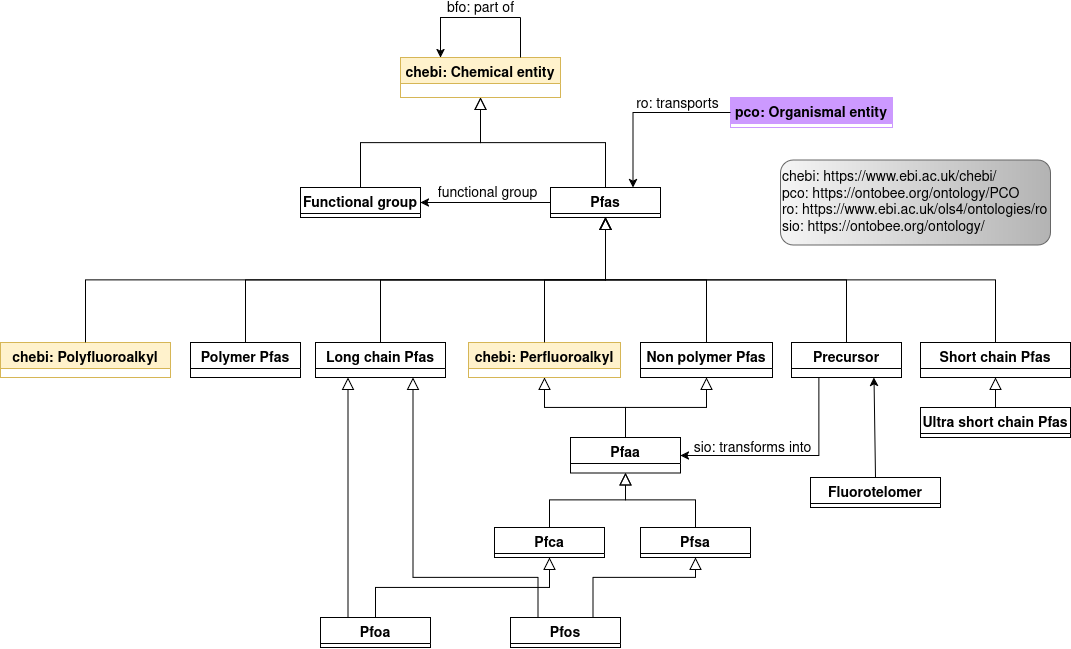
Before: ontology/schemas/schema_pfas.png, a diagram exported from draw.io (davide1797/OntoPFAS). Source tidied: cells renumbered, new cells last; positions are measured from the earlier drawing's top-left corner, leaving out a move shared by most shapes. Its diagram source:
```xml
<mxGraphModel>
  <root>
    <mxCell id="0" />
    <mxCell id="1" parent="0" />
    <mxCell id="2" value="chebi: Chemical entity" style="swimlane;fontStyle=1;align=center;verticalAlign=top;horizontal=1;startSize=26;rounded=0;shadow=0;strokeWidth=1;fontSize=14;fillColor=#fff2cc;strokeColor=#d6b656;" parent="1" vertex="1">
      <mxGeometry x="400" y="40" width="160" height="40" as="geometry" />
    </mxCell>
    <mxCell id="3" value="Functional group" style="swimlane;fontStyle=1;align=center;verticalAlign=top;horizontal=1;startSize=26;rounded=0;shadow=0;strokeWidth=1;fontSize=14;" parent="1" vertex="1">
      <mxGeometry x="300" y="170" width="120" height="30" as="geometry" />
    </mxCell>
    <mxCell id="4" style="endArrow=block;endSize=10;endFill=0;shadow=0;strokeWidth=1;rounded=0;curved=0;edgeStyle=elbowEdgeStyle;elbow=vertical;" parent="1" edge="1" source="3" target="2">
      <mxGeometry relative="1" as="geometry" />
    </mxCell>
    <mxCell id="5" value="Pfas" style="swimlane;fontStyle=1;align=center;verticalAlign=top;horizontal=1;startSize=26;rounded=0;shadow=0;strokeWidth=1;fontSize=14;" parent="1" vertex="1">
      <mxGeometry x="550" y="170" width="110" height="30" as="geometry" />
    </mxCell>
    <mxCell id="6" style="endArrow=block;endSize=10;endFill=0;shadow=0;strokeWidth=1;rounded=0;curved=0;edgeStyle=elbowEdgeStyle;elbow=vertical;exitX=0.5;exitY=0;exitDx=0;exitDy=0;entryX=0.5;entryY=1;entryDx=0;entryDy=0;" parent="1" edge="1" source="5" target="2">
      <mxGeometry relative="1" as="geometry" />
    </mxCell>
    <mxCell id="7" value="Short chain Pfas" style="swimlane;fontStyle=1;align=center;verticalAlign=top;horizontal=1;startSize=26;rounded=0;shadow=0;strokeWidth=1;fontSize=14;" parent="1" vertex="1">
      <mxGeometry x="920" y="325" width="150" height="35" as="geometry" />
    </mxCell>
    <mxCell id="8" value="Precursor" style="swimlane;fontStyle=1;align=center;verticalAlign=top;horizontal=1;startSize=26;rounded=0;shadow=0;strokeWidth=1;fontSize=14;" parent="1" vertex="1">
      <mxGeometry x="791" y="325" width="110" height="35" as="geometry" />
    </mxCell>
    <mxCell id="9" value="Non polymer Pfas" style="swimlane;fontStyle=1;align=center;verticalAlign=top;horizontal=1;startSize=26;rounded=0;shadow=0;strokeWidth=1;fontSize=14;" parent="1" vertex="1">
      <mxGeometry x="640" y="325" width="132" height="35" as="geometry" />
    </mxCell>
    <mxCell id="10" value="chebi: Polyfluoroalkyl" style="swimlane;fontStyle=1;align=center;verticalAlign=top;horizontal=1;startSize=26;rounded=0;shadow=0;strokeWidth=1;fontSize=14;fillColor=#fff2cc;strokeColor=#d6b656;" parent="1" vertex="1">
      <mxGeometry y="325" width="170" height="35" as="geometry" />
    </mxCell>
    <mxCell id="11" value="Long chain Pfas" style="swimlane;fontStyle=1;align=center;verticalAlign=top;horizontal=1;startSize=26;rounded=0;shadow=0;strokeWidth=1;fontSize=14;" parent="1" vertex="1">
      <mxGeometry x="315" y="325" width="130" height="35" as="geometry" />
    </mxCell>
    <mxCell id="12" value="chebi: Perfluoroalkyl" style="swimlane;fontStyle=1;align=center;verticalAlign=top;horizontal=1;startSize=26;rounded=0;shadow=0;strokeWidth=1;fontSize=14;fillColor=#fff2cc;strokeColor=#d6b656;" parent="1" vertex="1">
      <mxGeometry x="468" y="325" width="152" height="35" as="geometry" />
    </mxCell>
    <mxCell id="13" value="Polymer Pfas" style="swimlane;fontStyle=1;align=center;verticalAlign=top;horizontal=1;startSize=26;rounded=0;shadow=0;strokeWidth=1;fontSize=14;" parent="1" vertex="1">
      <mxGeometry x="190" y="325" width="110" height="35" as="geometry" />
    </mxCell>
    <mxCell id="14" style="endArrow=block;endSize=10;endFill=0;shadow=0;strokeWidth=1;rounded=0;curved=0;edgeStyle=elbowEdgeStyle;elbow=vertical;entryX=0.5;entryY=1;entryDx=0;entryDy=0;exitX=0.5;exitY=0;exitDx=0;exitDy=0;" parent="1" edge="1" source="12" target="5">
      <mxGeometry relative="1" as="geometry" />
    </mxCell>
    <mxCell id="15" style="endArrow=block;endSize=10;endFill=0;shadow=0;strokeWidth=1;rounded=0;curved=0;edgeStyle=elbowEdgeStyle;elbow=vertical;exitX=0.5;exitY=0;exitDx=0;exitDy=0;entryX=0.5;entryY=1;entryDx=0;entryDy=0;" parent="1" edge="1" source="9" target="5">
      <mxGeometry relative="1" as="geometry" />
    </mxCell>
    <mxCell id="16" style="endArrow=block;endSize=10;endFill=0;shadow=0;strokeWidth=1;rounded=0;curved=0;edgeStyle=elbowEdgeStyle;elbow=vertical;exitX=0.5;exitY=0;exitDx=0;exitDy=0;entryX=0.5;entryY=1;entryDx=0;entryDy=0;" parent="1" edge="1" source="8" target="5">
      <mxGeometry relative="1" as="geometry" />
    </mxCell>
    <mxCell id="17" style="endArrow=block;endSize=10;endFill=0;shadow=0;strokeWidth=1;rounded=0;curved=0;edgeStyle=elbowEdgeStyle;elbow=vertical;exitX=0.5;exitY=0;exitDx=0;exitDy=0;entryX=0.5;entryY=1;entryDx=0;entryDy=0;" parent="1" edge="1" source="7" target="5">
      <mxGeometry relative="1" as="geometry" />
    </mxCell>
    <mxCell id="18" style="endArrow=block;endSize=10;endFill=0;shadow=0;strokeWidth=1;rounded=0;curved=0;edgeStyle=elbowEdgeStyle;elbow=vertical;entryX=0.5;entryY=1;entryDx=0;entryDy=0;exitX=0.5;exitY=0;exitDx=0;exitDy=0;" parent="1" edge="1" source="13" target="5">
      <mxGeometry relative="1" as="geometry" />
    </mxCell>
    <mxCell id="19" style="endArrow=block;endSize=10;endFill=0;shadow=0;strokeWidth=1;rounded=0;curved=0;edgeStyle=elbowEdgeStyle;elbow=vertical;entryX=0.5;entryY=1;entryDx=0;entryDy=0;exitX=0.5;exitY=0;exitDx=0;exitDy=0;" parent="1" edge="1" source="11" target="5">
      <mxGeometry relative="1" as="geometry" />
    </mxCell>
    <mxCell id="20" style="endArrow=block;endSize=10;endFill=0;shadow=0;strokeWidth=1;rounded=0;curved=0;edgeStyle=elbowEdgeStyle;elbow=vertical;exitX=0.5;exitY=0;exitDx=0;exitDy=0;entryX=0.5;entryY=1;entryDx=0;entryDy=0;" parent="1" edge="1" source="10" target="5">
      <mxGeometry relative="1" as="geometry" />
    </mxCell>
    <mxCell id="21" value="Pfaa" style="swimlane;fontStyle=1;align=center;verticalAlign=top;horizontal=1;startSize=26;rounded=0;shadow=0;strokeWidth=1;fontSize=14;" parent="1" vertex="1">
      <mxGeometry x="570" y="420" width="110" height="35.5" as="geometry" />
    </mxCell>
    <mxCell id="22" value="Pfca" style="swimlane;fontStyle=1;align=center;verticalAlign=top;horizontal=1;startSize=26;rounded=0;shadow=0;strokeWidth=1;fontSize=14;" parent="1" vertex="1">
      <mxGeometry x="494" y="510" width="110" height="30" as="geometry" />
    </mxCell>
    <mxCell id="23" value="Pfsa" style="swimlane;fontStyle=1;align=center;verticalAlign=top;horizontal=1;startSize=26;rounded=0;shadow=0;strokeWidth=1;fontSize=14;" parent="1" vertex="1">
      <mxGeometry x="640" y="510" width="110" height="30" as="geometry" />
    </mxCell>
    <mxCell id="24" value="Pfoa" style="swimlane;fontStyle=1;align=center;verticalAlign=top;horizontal=1;startSize=26;rounded=0;shadow=0;strokeWidth=1;fontSize=14;" parent="1" vertex="1">
      <mxGeometry x="320" y="600" width="110" height="30" as="geometry" />
    </mxCell>
    <mxCell id="25" value="Pfos" style="swimlane;fontStyle=1;align=center;verticalAlign=top;horizontal=1;startSize=26;rounded=0;shadow=0;strokeWidth=1;fontSize=14;" parent="1" vertex="1">
      <mxGeometry x="510" y="600" width="110" height="30" as="geometry" />
    </mxCell>
    <mxCell id="26" style="endArrow=block;endSize=10;endFill=0;shadow=0;strokeWidth=1;rounded=0;curved=0;edgeStyle=elbowEdgeStyle;elbow=vertical;entryX=0.5;entryY=1;entryDx=0;entryDy=0;exitX=0.5;exitY=0;exitDx=0;exitDy=0;" parent="1" edge="1" source="21" target="9">
      <mxGeometry relative="1" as="geometry" />
    </mxCell>
    <mxCell id="27" style="endArrow=block;endSize=10;endFill=0;shadow=0;strokeWidth=1;rounded=0;curved=0;edgeStyle=elbowEdgeStyle;elbow=vertical;exitX=0.5;exitY=0;exitDx=0;exitDy=0;entryX=0.5;entryY=1;entryDx=0;entryDy=0;" parent="1" edge="1" source="23" target="21">
      <mxGeometry relative="1" as="geometry" />
    </mxCell>
    <mxCell id="28" style="endArrow=block;endSize=10;endFill=0;shadow=0;strokeWidth=1;rounded=0;curved=0;edgeStyle=elbowEdgeStyle;elbow=vertical;exitX=0.5;exitY=0;exitDx=0;exitDy=0;entryX=0.5;entryY=1;entryDx=0;entryDy=0;" parent="1" edge="1" source="22" target="21">
      <mxGeometry relative="1" as="geometry" />
    </mxCell>
    <mxCell id="29" style="endArrow=block;endSize=10;endFill=0;shadow=0;strokeWidth=1;rounded=0;curved=0;edgeStyle=elbowEdgeStyle;elbow=vertical;entryX=0.5;entryY=1;entryDx=0;entryDy=0;exitX=0.5;exitY=0;exitDx=0;exitDy=0;" parent="1" edge="1" source="24" target="22">
      <mxGeometry relative="1" as="geometry" />
    </mxCell>
    <mxCell id="30" style="endArrow=block;endSize=10;endFill=0;shadow=0;strokeWidth=1;rounded=0;curved=0;edgeStyle=elbowEdgeStyle;elbow=vertical;entryX=0.5;entryY=1;entryDx=0;entryDy=0;exitX=0.75;exitY=0;exitDx=0;exitDy=0;" parent="1" edge="1" source="25" target="23">
      <mxGeometry relative="1" as="geometry">
        <Array as="points">
          <mxPoint x="630" y="560" />
        </Array>
      </mxGeometry>
    </mxCell>
    <mxCell id="31" style="endArrow=block;endSize=10;endFill=0;shadow=0;strokeWidth=1;rounded=0;curved=0;edgeStyle=elbowEdgeStyle;elbow=vertical;entryX=0.5;entryY=1;entryDx=0;entryDy=0;exitX=0.5;exitY=0;exitDx=0;exitDy=0;" parent="1" edge="1" source="21" target="12">
      <mxGeometry relative="1" as="geometry" />
    </mxCell>
    <mxCell id="32" value="Ultra short chain Pfas" style="swimlane;fontStyle=1;align=center;verticalAlign=top;horizontal=1;startSize=26;rounded=0;shadow=0;strokeWidth=1;fontSize=14;" parent="1" vertex="1">
      <mxGeometry x="920" y="390" width="150" height="30" as="geometry" />
    </mxCell>
    <mxCell id="33" style="endArrow=block;endSize=10;endFill=0;shadow=0;strokeWidth=1;rounded=0;curved=0;edgeStyle=elbowEdgeStyle;elbow=vertical;entryX=0.5;entryY=1;entryDx=0;entryDy=0;exitX=0.5;exitY=0;exitDx=0;exitDy=0;" parent="1" edge="1" source="32" target="7">
      <mxGeometry relative="1" as="geometry" />
    </mxCell>
    <mxCell id="34" style="endArrow=classic;shadow=0;strokeWidth=1;rounded=0;curved=0;endFill=1;edgeStyle=elbowEdgeStyle;elbow=vertical;exitX=0.25;exitY=1;exitDx=0;exitDy=0;entryX=1;entryY=0.5;entryDx=0;entryDy=0;" parent="1" edge="1" source="8" target="21">
      <mxGeometry x="0.5" y="41" relative="1" as="geometry">
        <Array as="points">
          <mxPoint x="840" y="438" />
        </Array>
        <mxPoint x="-40" y="32" as="offset" />
      </mxGeometry>
    </mxCell>
    <mxCell id="35" value="sio: transforms into" style="text;html=1;align=center;verticalAlign=middle;labelBackgroundColor=none;rounded=0;shadow=0;strokeWidth=1;fontSize=14;" parent="34" vertex="1">
      <mxGeometry x="0.5" y="49" relative="1" as="geometry">
        <mxPoint x="18" y="-56" as="offset" />
      </mxGeometry>
    </mxCell>
    <mxCell id="36" style="endArrow=block;endSize=10;endFill=0;shadow=0;strokeWidth=1;rounded=0;curved=0;edgeStyle=elbowEdgeStyle;elbow=vertical;entryX=0.25;entryY=1;entryDx=0;entryDy=0;exitX=0.25;exitY=0;exitDx=0;exitDy=0;" parent="1" edge="1" source="24" target="11">
      <mxGeometry relative="1" as="geometry">
        <Array as="points">
          <mxPoint x="390" y="560" />
        </Array>
      </mxGeometry>
    </mxCell>
    <mxCell id="37" style="endArrow=block;endSize=10;endFill=0;shadow=0;strokeWidth=1;rounded=0;curved=0;edgeStyle=elbowEdgeStyle;elbow=vertical;entryX=0.75;entryY=1;entryDx=0;entryDy=0;exitX=0.25;exitY=0;exitDx=0;exitDy=0;" parent="1" edge="1" source="25" target="11">
      <mxGeometry relative="1" as="geometry">
        <Array as="points">
          <mxPoint x="490" y="560" />
        </Array>
      </mxGeometry>
    </mxCell>
    <mxCell id="38" style="endArrow=classic;shadow=0;strokeWidth=1;rounded=0;curved=0;endFill=1;edgeStyle=elbowEdgeStyle;elbow=vertical;entryX=0.25;entryY=0;entryDx=0;entryDy=0;" parent="1" edge="1" target="2">
      <mxGeometry x="0.5" y="41" relative="1" as="geometry">
        <mxPoint x="520" as="sourcePoint" />
        <Array as="points">
          <mxPoint x="530" />
        </Array>
        <mxPoint x="-40" y="32" as="offset" />
      </mxGeometry>
    </mxCell>
    <mxCell id="39" value="bfo: part of" style="text;html=1;align=center;verticalAlign=middle;labelBackgroundColor=none;rounded=0;shadow=0;strokeWidth=1;fontSize=14;" parent="38" vertex="1">
      <mxGeometry x="0.5" y="49" relative="1" as="geometry">
        <mxPoint x="-9" y="-20" as="offset" />
      </mxGeometry>
    </mxCell>
    <mxCell id="40" style="endArrow=none;html=1;rounded=0;exitX=0.75;exitY=0;exitDx=0;exitDy=0;" parent="1" edge="1" source="2">
      <mxGeometry relative="1" as="geometry">
        <mxPoint x="520" as="targetPoint" />
      </mxGeometry>
    </mxCell>
    <mxCell id="41" value="pco: Organismal entity" style="swimlane;fontStyle=1;align=center;verticalAlign=top;horizontal=1;startSize=26;rounded=0;shadow=0;strokeWidth=1;fontSize=14;fillColor=#CC99FF;strokeColor=#CC99FF;fontColor=#000000;" parent="1" vertex="1">
      <mxGeometry x="730" y="80" width="162" height="30" as="geometry" />
    </mxCell>
    <mxCell id="42" style="endArrow=classic;shadow=0;strokeWidth=1;rounded=0;curved=0;endFill=1;edgeStyle=elbowEdgeStyle;elbow=vertical;entryX=0.75;entryY=0;entryDx=0;entryDy=0;exitX=0;exitY=0.5;exitDx=0;exitDy=0;" parent="1" edge="1" source="41" target="5">
      <mxGeometry x="0.5" y="41" relative="1" as="geometry">
        <Array as="points">
          <mxPoint x="680" y="95" />
        </Array>
        <mxPoint x="-40" y="32" as="offset" />
      </mxGeometry>
    </mxCell>
    <mxCell id="43" value="ro: transports" style="text;html=1;align=center;verticalAlign=middle;labelBackgroundColor=none;rounded=0;shadow=0;strokeWidth=1;fontSize=14;" parent="42" vertex="1">
      <mxGeometry x="0.5" y="49" relative="1" as="geometry">
        <mxPoint x="-5" y="-40" as="offset" />
      </mxGeometry>
    </mxCell>
    <mxCell id="44" value="&lt;div align=&quot;left&quot;&gt;&lt;font style=&quot;font-size: 14px;&quot;&gt;chebi: https://www.ebi.ac.uk/chebi/&amp;nbsp;&lt;br&gt;pco: https://ontobee.org/ontology/PCO&lt;br&gt;ro: https://www.ebi.ac.uk/ols4/ontologies/ro&lt;br&gt;sio: https://ontobee.org/ontology/&lt;/font&gt;&lt;/div&gt;" style="rounded=1;whiteSpace=wrap;html=1;align=left;fillColor=#f5f5f5;strokeColor=#666666;gradientColor=#b3b3b3;gradientDirection=east;" parent="1" vertex="1">
      <mxGeometry x="780" y="142.5" width="270" height="85" as="geometry" />
    </mxCell>
    <mxCell id="45" style="endArrow=classic;html=1;rounded=0;entryX=1;entryY=0.5;entryDx=0;entryDy=0;exitX=0;exitY=0.5;exitDx=0;exitDy=0;" parent="1" edge="1" source="5" target="3">
      <mxGeometry relative="1" as="geometry" />
    </mxCell>
    <mxCell id="46" value="&lt;div&gt;functional group&lt;/div&gt;" style="text;html=1;align=center;verticalAlign=middle;labelBackgroundColor=none;rounded=0;shadow=0;strokeWidth=1;fontSize=14;" parent="1" vertex="1">
      <mxGeometry x="492" y="177" as="geometry">
        <mxPoint x="-5" y="-1" as="offset" />
      </mxGeometry>
    </mxCell>
    <mxCell id="47" value="Fluorotelomer" style="swimlane;fontStyle=1;align=center;verticalAlign=top;horizontal=1;startSize=26;rounded=0;shadow=0;strokeWidth=1;fontSize=14;" parent="1" vertex="1">
      <mxGeometry x="810" y="460" width="130" height="30" as="geometry" />
    </mxCell>
    <mxCell id="48" style="endArrow=classic;html=1;rounded=0;entryX=0.75;entryY=1;entryDx=0;entryDy=0;exitX=0.5;exitY=0;exitDx=0;exitDy=0;spacing=2;" parent="1" edge="1" source="47" target="8">
      <mxGeometry relative="1" as="geometry" />
    </mxCell>
  </root>
</mxGraphModel>
```
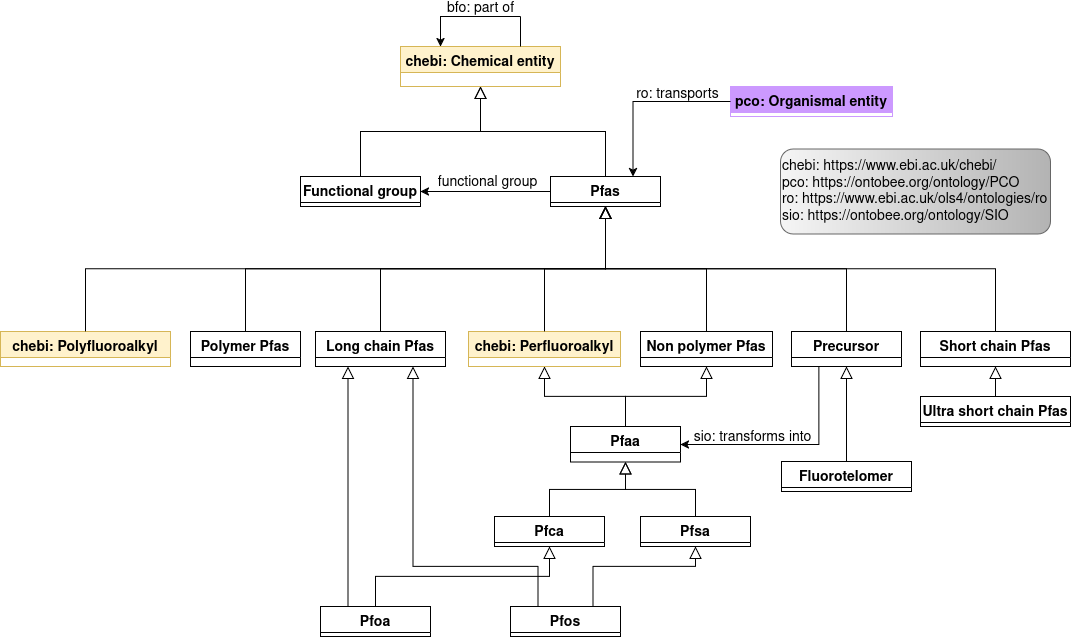
The same file after the commit.

Change to the diagram source:
```diff
@@ -131,21 +131,21 @@
     </mxCell>
     <mxCell id="38" style="endArrow=classic;shadow=0;strokeWidth=1;rounded=0;curved=0;endFill=1;edgeStyle=elbowEdgeStyle;elbow=vertical;entryX=0.25;entryY=0;entryDx=0;entryDy=0;" parent="1" edge="1" target="2">
       <mxGeometry x="0.5" y="41" relative="1" as="geometry">
-        <mxPoint x="520" as="sourcePoint" />
+        <mxPoint x="520" y="10" as="sourcePoint" />
         <Array as="points">
-          <mxPoint x="530" />
+          <mxPoint x="480" y="10" />
         </Array>
         <mxPoint x="-40" y="32" as="offset" />
       </mxGeometry>
     </mxCell>
     <mxCell id="39" value="bfo: part of" style="text;html=1;align=center;verticalAlign=middle;labelBackgroundColor=none;rounded=0;shadow=0;strokeWidth=1;fontSize=14;" parent="38" vertex="1">
       <mxGeometry x="0.5" y="49" relative="1" as="geometry">
-        <mxPoint x="-9" y="-20" as="offset" />
+        <mxPoint x="-9" y="-11" as="offset" />
       </mxGeometry>
     </mxCell>
     <mxCell id="40" style="endArrow=none;html=1;rounded=0;exitX=0.75;exitY=0;exitDx=0;exitDy=0;" parent="1" edge="1" source="2">
       <mxGeometry relative="1" as="geometry">
-        <mxPoint x="520" as="targetPoint" />
+        <mxPoint x="520" y="10" as="targetPoint" />
       </mxGeometry>
     </mxCell>
     <mxCell id="41" value="pco: Organismal entity" style="swimlane;fontStyle=1;align=center;verticalAlign=top;horizontal=1;startSize=26;rounded=0;shadow=0;strokeWidth=1;fontSize=14;fillColor=#CC99FF;strokeColor=#CC99FF;fontColor=#000000;" parent="1" vertex="1">
@@ -164,7 +164,7 @@
         <mxPoint x="-5" y="-40" as="offset" />
       </mxGeometry>
     </mxCell>
-    <mxCell id="44" value="&lt;div align=&quot;left&quot;&gt;&lt;font style=&quot;font-size: 14px;&quot;&gt;chebi: https://www.ebi.ac.uk/chebi/&amp;nbsp;&lt;br&gt;pco: https://ontobee.org/ontology/PCO&lt;br&gt;ro: https://www.ebi.ac.uk/ols4/ontologies/ro&lt;br&gt;sio: https://ontobee.org/ontology/&lt;/font&gt;&lt;/div&gt;" style="rounded=1;whiteSpace=wrap;html=1;align=left;fillColor=#f5f5f5;strokeColor=#666666;gradientColor=#b3b3b3;gradientDirection=east;" parent="1" vertex="1">
+    <mxCell id="44" value="&lt;div align=&quot;left&quot;&gt;&lt;font style=&quot;font-size: 14px;&quot;&gt;chebi: https://www.ebi.ac.uk/chebi/&amp;nbsp;&lt;br&gt;pco: https://ontobee.org/ontology/PCO&lt;br&gt;ro: https://www.ebi.ac.uk/ols4/ontologies/ro&lt;br&gt;sio:&amp;nbsp;&lt;/font&gt;&lt;font style=&quot;font-size: 14px;&quot;&gt;https://ontobee.org/ontology/SIO&lt;/font&gt;&lt;/div&gt;" style="rounded=1;whiteSpace=wrap;html=1;align=left;fillColor=#f5f5f5;strokeColor=#666666;gradientColor=#b3b3b3;gradientDirection=east;" parent="1" vertex="1">
       <mxGeometry x="780" y="142.5" width="270" height="85" as="geometry" />
     </mxCell>
     <mxCell id="45" style="endArrow=classic;html=1;rounded=0;entryX=1;entryY=0.5;entryDx=0;entryDy=0;exitX=0;exitY=0.5;exitDx=0;exitDy=0;" parent="1" edge="1" source="5" target="3">
@@ -176,10 +176,14 @@
       </mxGeometry>
     </mxCell>
     <mxCell id="47" value="Fluorotelomer" style="swimlane;fontStyle=1;align=center;verticalAlign=top;horizontal=1;startSize=26;rounded=0;shadow=0;strokeWidth=1;fontSize=14;" parent="1" vertex="1">
-      <mxGeometry x="810" y="460" width="130" height="30" as="geometry" />
+      <mxGeometry x="781" y="455" width="130" height="30" as="geometry" />
     </mxCell>
-    <mxCell id="48" style="endArrow=classic;html=1;rounded=0;entryX=0.75;entryY=1;entryDx=0;entryDy=0;exitX=0.5;exitY=0;exitDx=0;exitDy=0;spacing=2;" parent="1" edge="1" source="47" target="8">
-      <mxGeometry relative="1" as="geometry" />
+    <mxCell id="48" style="endArrow=block;endSize=10;endFill=0;shadow=0;strokeWidth=1;rounded=0;curved=0;edgeStyle=elbowEdgeStyle;elbow=vertical;entryX=0.5;entryY=1;entryDx=0;entryDy=0;exitX=0.5;exitY=0;exitDx=0;exitDy=0;" parent="1" edge="1" source="47" target="8">
+      <mxGeometry relative="1" as="geometry">
+        <Array as="points">
+          <mxPoint x="870" y="420" />
+        </Array>
+      </mxGeometry>
     </mxCell>
   </root>
 </mxGraphModel>
```
